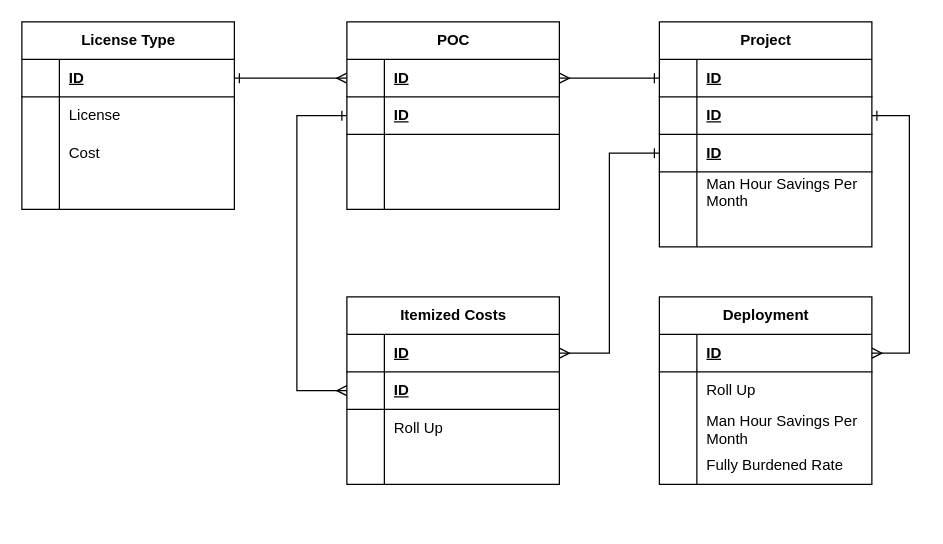
This is page "Option-1a" (1 of 4) of erd-projint-01.drawio from josjreyes/GitInit, a draw.io file, before an edit. Source tidied: cells renumbered, new cells numbered last; positions are measured from the earlier drawing's top-left corner, leaving out a move shared by most shapes. Both pictures are drawn from the tidied source at 125%, with x=0, y=0 at pixel (21, 21).
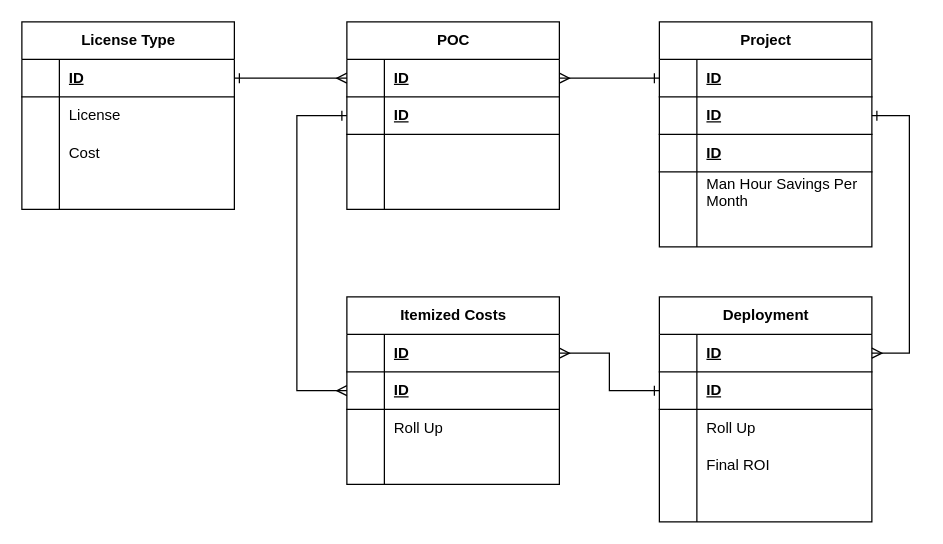
The same diagram, later.

Unchanged cells that the change refers to:
```xml
<mxCell id="9" style="shape=tableRow;horizontal=0;startSize=0;swimlaneHead=0;swimlaneBody=0;fillColor=none;points=[[0,0.5],[1,0.5]];portConstraint=eastwest;top=0;left=0;right=0;bottom=1;" parent="2" vertex="1">
  <mxGeometry y="90" width="170" height="30" as="geometry" />
</mxCell>
<mxCell id="60" style="shape=tableRow;horizontal=0;startSize=0;swimlaneHead=0;swimlaneBody=0;fillColor=none;points=[[0,0.5],[1,0.5]];portConstraint=eastwest;top=0;left=0;right=0;bottom=1;" parent="59" vertex="1">
  <mxGeometry y="30" width="170" height="30" as="geometry" />
</mxCell>
```

What changed in the source:
```diff
@@
     <mxCell id="32" value="Deployment" style="shape=table;startSize=30;childLayout=tableLayout;rowLines=0;fontStyle=1;align=center;html=1;" parent="1" vertex="1">
-      <mxGeometry x="510" y="220" width="170" height="150" as="geometry" />
+      <mxGeometry x="510" y="220" width="170" height="180" as="geometry" />
     </mxCell>
@@
+    <mxCell id="75" style="shape=tableRow;horizontal=0;startSize=0;swimlaneHead=0;swimlaneBody=0;fillColor=none;points=[[0,0.5],[1,0.5]];portConstraint=eastwest;top=0;left=0;right=0;bottom=1;" parent="32" vertex="1">
+      <mxGeometry y="60" width="170" height="30" as="geometry" />
+    </mxCell>
+    <mxCell id="76" style="shape=partialRectangle;fillColor=none;top=0;left=0;bottom=0;right=0;fontStyle=1;overflow=hidden;whiteSpace=wrap;html=1;" parent="75" vertex="1">
+      <mxGeometry width="30" height="30" as="geometry" />
+    </mxCell>
+    <mxCell id="77" value="ID" style="shape=partialRectangle;fillColor=none;top=0;left=0;bottom=0;right=0;align=left;spacingLeft=6;fontStyle=5;overflow=hidden;whiteSpace=wrap;html=1;" parent="75" vertex="1">
+      <mxGeometry x="30" width="140" height="30" as="geometry" />
+    </mxCell>
     <mxCell id="36" style="shape=tableRow;horizontal=0;startSize=0;swimlaneHead=0;swimlaneBody=0;fillColor=none;top=0;left=0;right=0;bottom=0;" parent="32" vertex="1">
-      <mxGeometry y="60" width="170" height="30" as="geometry" />
+      <mxGeometry y="90" width="170" height="30" as="geometry" />
     </mxCell>
@@
     <mxCell id="39" style="shape=tableRow;horizontal=0;startSize=0;swimlaneHead=0;swimlaneBody=0;fillColor=none;top=0;left=0;right=0;bottom=0;" parent="32" vertex="1">
-      <mxGeometry y="90" width="170" height="30" as="geometry" />
+      <mxGeometry y="120" width="170" height="30" as="geometry" />
     </mxCell>
@@
-    <mxCell id="41" value="Man Hour Savings Per Month" style="shape=partialRectangle;fillColor=none;top=0;left=0;bottom=0;right=0;align=left;spacingLeft=6;overflow=hidden;whiteSpace=wrap;html=1;" parent="39" vertex="1">
+    <mxCell id="41" value="Final ROI" style="shape=partialRectangle;fillColor=none;top=0;left=0;bottom=0;right=0;align=left;spacingLeft=6;overflow=hidden;whiteSpace=wrap;html=1;" parent="39" vertex="1">
       <mxGeometry x="30" width="140" height="30" as="geometry" />
     </mxCell>
     <mxCell id="42" style="shape=tableRow;horizontal=0;startSize=0;swimlaneHead=0;swimlaneBody=0;fillColor=none;top=0;left=0;right=0;bottom=0;" parent="32" vertex="1">
-      <mxGeometry y="120" width="170" height="30" as="geometry" />
+      <mxGeometry y="150" width="170" height="30" as="geometry" />
     </mxCell>
@@
-    <mxCell id="44" value="Fully Burdened Rate" style="shape=partialRectangle;fillColor=none;top=0;left=0;bottom=0;right=0;align=left;spacingLeft=6;overflow=hidden;whiteSpace=wrap;html=1;" parent="42" vertex="1">
+    <mxCell id="44" style="shape=partialRectangle;fillColor=none;top=0;left=0;bottom=0;right=0;align=left;spacingLeft=6;overflow=hidden;whiteSpace=wrap;html=1;" parent="42" vertex="1">
       <mxGeometry x="30" width="140" height="30" as="geometry" />
     </mxCell>
@@
-    <mxCell id="72" style="edgeStyle=orthogonalEdgeStyle;rounded=0;jettySize=auto;html=1;exitX=1;exitY=0.5;exitDx=0;exitDy=0;entryX=0;entryY=0.5;entryDx=0;entryDy=0;endArrow=ERone;endFill=0;startArrow=ERmany;startFill=0;" parent="1" edge="1" source="60" target="9">
+    <mxCell id="72" style="edgeStyle=orthogonalEdgeStyle;rounded=0;jettySize=auto;html=1;exitX=1;exitY=0.5;exitDx=0;exitDy=0;entryX=0;entryY=0.5;entryDx=0;entryDy=0;endArrow=ERone;endFill=0;startArrow=ERmany;startFill=0;" parent="1" edge="1" source="60" target="75">
       <mxGeometry relative="1" as="geometry" />
     </mxCell>
```
